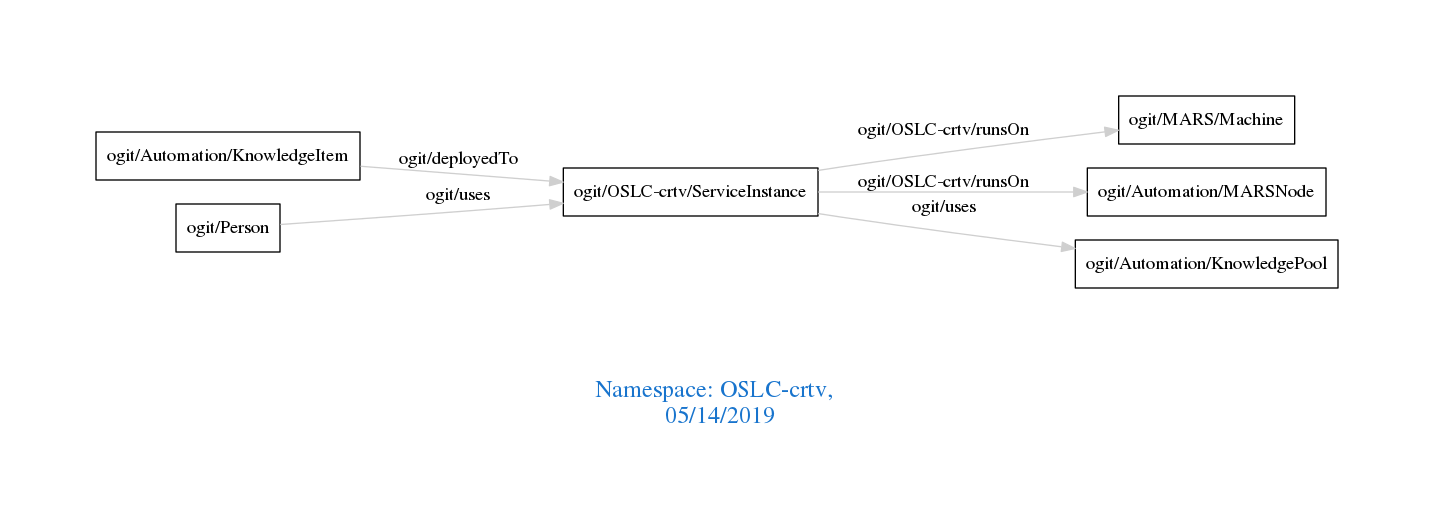
Earlier version of the Graphviz export downloads/OSLC-crtv.png (arago/OGIT). Its source is kept beside it as downloads/OSLC-crtv.dot. The source it was exported from:
```dot
digraph OGIT_ontology {
 graph [ rankdir= LR,pad=1
fontsize = 18,
fontcolor= dodgerblue3,label = "\n\n\nNamespace: OSLC-crtv, \n 05/14/2019"];
node[shape=polygon];
edge [  color="gray81"];

   "ogit/Automation/KnowledgeItem" -> "ogit/OSLC-crtv/ServiceInstance" [label="   ogit/deployedTo    "];
   "ogit/OSLC-crtv/ServiceInstance" -> "ogit/MARS/Machine" [label="   ogit/OSLC-crtv/runsOn    "];
   "ogit/OSLC-crtv/ServiceInstance" -> "ogit/Automation/MARSNode" [label="   ogit/OSLC-crtv/runsOn    "];
   "ogit/OSLC-crtv/ServiceInstance" -> "ogit/Automation/KnowledgePool" [label="   ogit/uses    "];
   "ogit/Person" -> "ogit/OSLC-crtv/ServiceInstance" [label="   ogit/uses    "];
}
```
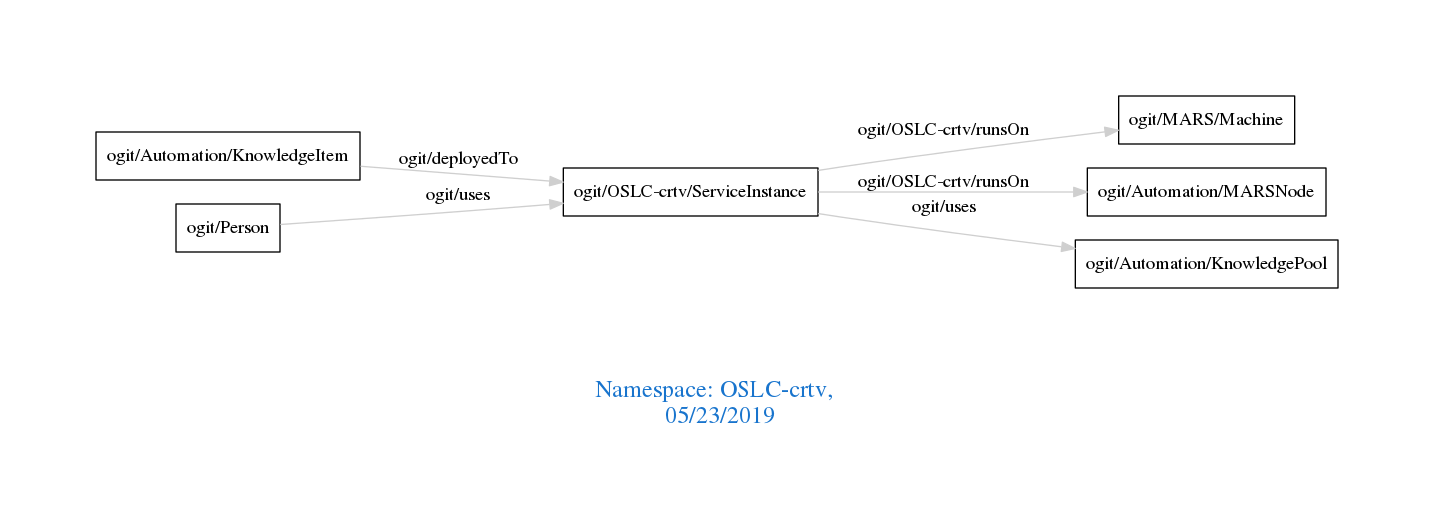
After the change.

What changed in the source:
```diff
@@ -1,7 +1,7 @@
 digraph OGIT_ontology {
  graph [ rankdir= LR,pad=1
 fontsize = 18,
-fontcolor= dodgerblue3,label = "\n\n\nNamespace: OSLC-crtv, \n 05/14/2019"];
+fontcolor= dodgerblue3,label = "\n\n\nNamespace: OSLC-crtv, \n 05/23/2019"];
 node[shape=polygon];
 edge [  color="gray81"];
 
```
